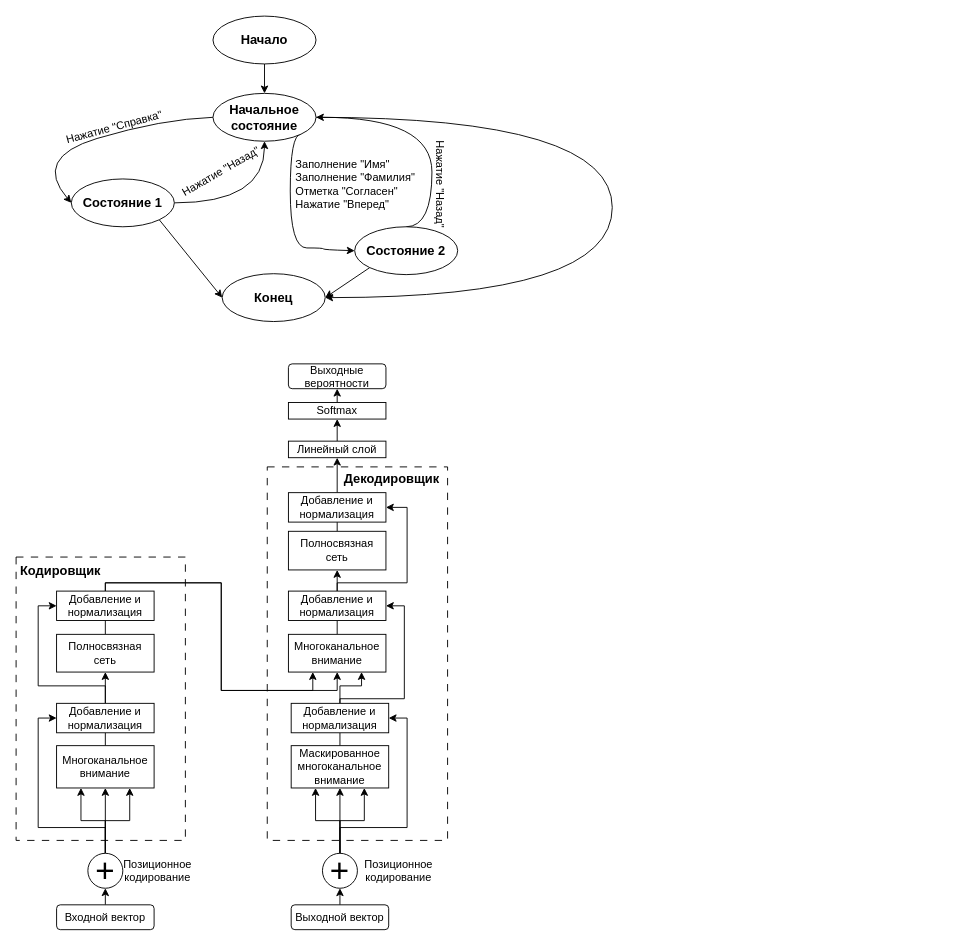
Earlier version of the draw.io diagram page "Page-1" (1 of 4) of Диаграмма без названия.drawio (Djuckman/Compilers2). Source tidied: cells renumbered, new cells numbered last; positions are measured from the earlier drawing's top-left corner, leaving out a move shared by most shapes. Both pictures are drawn from the tidied source at 92%, with x=0, y=0 at pixel (16, 16).
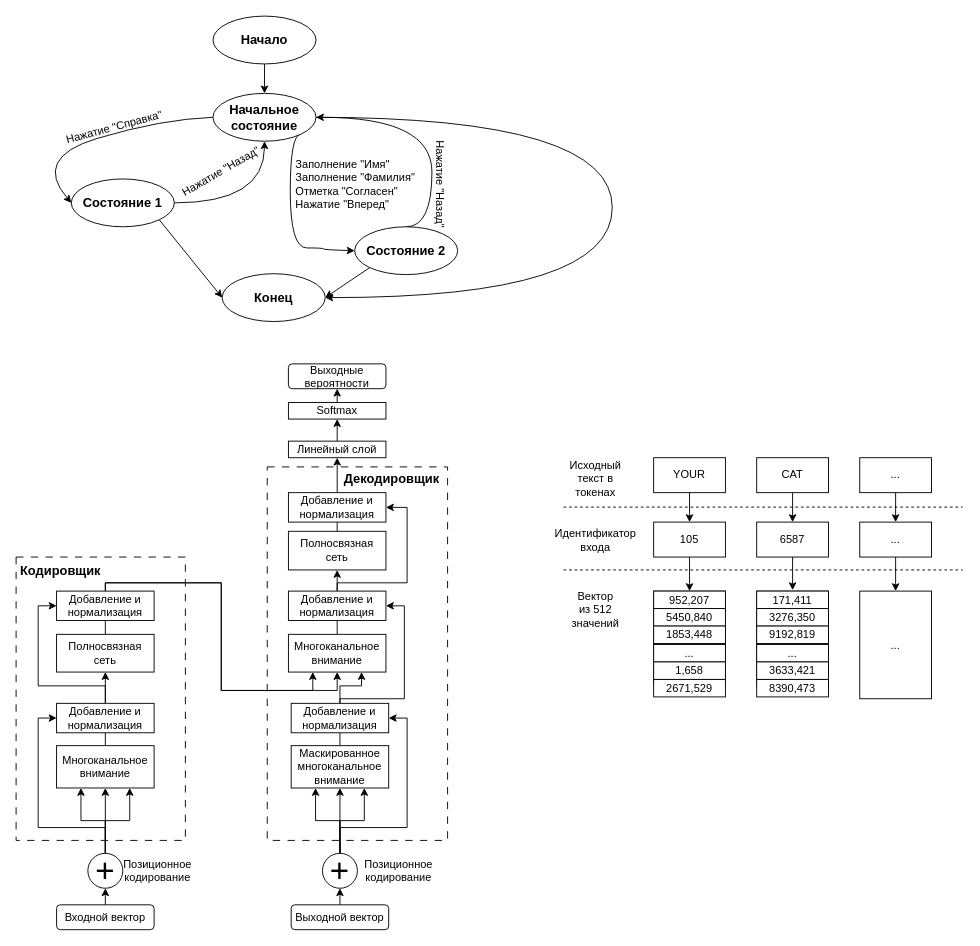
After the change.

What changed in the source:
```diff
@@
+    <mxCell id="68" style="edgeStyle=orthogonalEdgeStyle;rounded=0;jettySize=auto;html=1;exitX=0.5;exitY=1;exitDx=0;exitDy=0;entryX=0.5;entryY=0;entryDx=0;entryDy=0;" parent="1" edge="1" source="69" target="73">
+      <mxGeometry relative="1" as="geometry" />
+    </mxCell>
+    <mxCell id="69" value="YOUR" style="rounded=0;whiteSpace=wrap;html=1;" parent="1" vertex="1">
+      <mxGeometry x="693" y="480" width="78" height="38" as="geometry" />
+    </mxCell>
+    <mxCell id="70" style="edgeStyle=orthogonalEdgeStyle;rounded=0;jettySize=auto;html=1;exitX=0.5;exitY=1;exitDx=0;exitDy=0;entryX=0.5;entryY=0;entryDx=0;entryDy=0;" parent="1" edge="1" source="71" target="75">
+      <mxGeometry relative="1" as="geometry" />
+    </mxCell>
+    <mxCell id="71" value="CAT" style="rounded=0;whiteSpace=wrap;html=1;" parent="1" vertex="1">
+      <mxGeometry x="805" y="480" width="78" height="38" as="geometry" />
+    </mxCell>
+    <mxCell id="72" style="edgeStyle=orthogonalEdgeStyle;rounded=0;jettySize=auto;html=1;exitX=0.5;exitY=1;exitDx=0;exitDy=0;entryX=0.5;entryY=0;entryDx=0;entryDy=0;" parent="1" edge="1" source="73" target="82">
+      <mxGeometry relative="1" as="geometry" />
+    </mxCell>
+    <mxCell id="73" value="105" style="rounded=0;whiteSpace=wrap;html=1;" parent="1" vertex="1">
+      <mxGeometry x="693" y="550" width="78" height="38" as="geometry" />
+    </mxCell>
+    <mxCell id="74" style="edgeStyle=orthogonalEdgeStyle;rounded=0;jettySize=auto;html=1;exitX=0.5;exitY=1;exitDx=0;exitDy=0;entryX=0.5;entryY=0;entryDx=0;entryDy=0;" parent="1" edge="1" source="75">
+      <mxGeometry relative="1" as="geometry">
+        <mxPoint x="844" y="624" as="targetPoint" />
+      </mxGeometry>
+    </mxCell>
+    <mxCell id="75" value="6587" style="rounded=0;whiteSpace=wrap;html=1;" parent="1" vertex="1">
+      <mxGeometry x="805" y="550" width="78" height="38" as="geometry" />
+    </mxCell>
+    <mxCell id="76" style="edgeStyle=orthogonalEdgeStyle;rounded=0;jettySize=auto;html=1;exitX=0.5;exitY=1;exitDx=0;exitDy=0;entryX=0.5;entryY=0;entryDx=0;entryDy=0;" parent="1" edge="1" source="77" target="79">
+      <mxGeometry relative="1" as="geometry" />
+    </mxCell>
+    <mxCell id="77" value="..." style="rounded=0;whiteSpace=wrap;html=1;" parent="1" vertex="1">
+      <mxGeometry x="917" y="480" width="78" height="38" as="geometry" />
+    </mxCell>
+    <mxCell id="78" style="edgeStyle=orthogonalEdgeStyle;rounded=0;jettySize=auto;html=1;exitX=0.5;exitY=1;exitDx=0;exitDy=0;entryX=0.5;entryY=0;entryDx=0;entryDy=0;" parent="1" edge="1" source="79" target="80">
+      <mxGeometry relative="1" as="geometry" />
+    </mxCell>
+    <mxCell id="79" value="..." style="rounded=0;whiteSpace=wrap;html=1;" parent="1" vertex="1">
+      <mxGeometry x="917" y="550" width="78" height="38" as="geometry" />
+    </mxCell>
+    <mxCell id="80" value="..." style="rounded=0;whiteSpace=wrap;html=1;" parent="1" vertex="1">
+      <mxGeometry x="917" y="625" width="78" height="117" as="geometry" />
+    </mxCell>
+    <mxCell id="81" style="rounded=0;whiteSpace=wrap;html=1;" parent="1" vertex="1">
+      <mxGeometry x="693" y="625" width="78" height="103" as="geometry" />
+    </mxCell>
+    <mxCell id="82" value="952,207" style="rounded=0;whiteSpace=wrap;html=1;" parent="1" vertex="1">
+      <mxGeometry x="693" y="625" width="78" height="19" as="geometry" />
+    </mxCell>
+    <mxCell id="83" value="5450,840" style="rounded=0;whiteSpace=wrap;html=1;" parent="1" vertex="1">
+      <mxGeometry x="693" y="644" width="78" height="19" as="geometry" />
+    </mxCell>
+    <mxCell id="84" value="1853,448" style="rounded=0;whiteSpace=wrap;html=1;" parent="1" vertex="1">
+      <mxGeometry x="693" y="663" width="78" height="19" as="geometry" />
+    </mxCell>
+    <mxCell id="85" value="..." style="rounded=0;whiteSpace=wrap;html=1;" parent="1" vertex="1">
+      <mxGeometry x="693" y="683" width="78" height="19" as="geometry" />
+    </mxCell>
+    <mxCell id="86" value="1,658" style="rounded=0;whiteSpace=wrap;html=1;" parent="1" vertex="1">
+      <mxGeometry x="693" y="702" width="78" height="19" as="geometry" />
+    </mxCell>
+    <mxCell id="87" value="2671,529" style="rounded=0;whiteSpace=wrap;html=1;" parent="1" vertex="1">
+      <mxGeometry x="693" y="721" width="78" height="19" as="geometry" />
+    </mxCell>
+    <mxCell id="88" value="Вектор из 512 значений" style="text;html=1;align=center;verticalAlign=middle;whiteSpace=wrap;rounded=0;" parent="1" vertex="1">
+      <mxGeometry x="602" y="625" width="56" height="39" as="geometry" />
+    </mxCell>
+    <mxCell id="89" value="Идентификатор входа" style="text;html=1;align=center;verticalAlign=middle;whiteSpace=wrap;rounded=0;" parent="1" vertex="1">
+      <mxGeometry x="595" y="550" width="70" height="39" as="geometry" />
+    </mxCell>
+    <mxCell id="90" value="Исходный текст в токенах" style="text;html=1;align=center;verticalAlign=middle;whiteSpace=wrap;rounded=0;" parent="1" vertex="1">
+      <mxGeometry x="595" y="483.5" width="70" height="39" as="geometry" />
+    </mxCell>
+    <mxCell id="91" style="edgeStyle=orthogonalEdgeStyle;rounded=0;orthogonalLoop=1;jettySize=auto;html=1;exitX=0.5;exitY=1;exitDx=0;exitDy=0;" parent="1" edge="1" source="81" target="81">
+      <mxGeometry relative="1" as="geometry" />
+    </mxCell>
+    <mxCell id="92" style="rounded=0;whiteSpace=wrap;html=1;" parent="1" vertex="1">
+      <mxGeometry x="805" y="625" width="78" height="103" as="geometry" />
+    </mxCell>
+    <mxCell id="93" value="171,411" style="rounded=0;whiteSpace=wrap;html=1;" parent="1" vertex="1">
+      <mxGeometry x="805" y="625" width="78" height="19" as="geometry" />
+    </mxCell>
+    <mxCell id="94" value="3276,350" style="rounded=0;whiteSpace=wrap;html=1;" parent="1" vertex="1">
+      <mxGeometry x="805" y="644" width="78" height="19" as="geometry" />
+    </mxCell>
+    <mxCell id="95" value="9192,819" style="rounded=0;whiteSpace=wrap;html=1;" parent="1" vertex="1">
+      <mxGeometry x="805" y="663" width="78" height="19" as="geometry" />
+    </mxCell>
+    <mxCell id="96" value="..." style="rounded=0;whiteSpace=wrap;html=1;" parent="1" vertex="1">
+      <mxGeometry x="805" y="683" width="78" height="19" as="geometry" />
+    </mxCell>
+    <mxCell id="97" value="3633,421" style="rounded=0;whiteSpace=wrap;html=1;" parent="1" vertex="1">
+      <mxGeometry x="805" y="702" width="78" height="19" as="geometry" />
+    </mxCell>
+    <mxCell id="98" value="8390,473" style="rounded=0;whiteSpace=wrap;html=1;" parent="1" vertex="1">
+      <mxGeometry x="805" y="721" width="78" height="19" as="geometry" />
+    </mxCell>
+    <mxCell id="99" style="edgeStyle=orthogonalEdgeStyle;rounded=0;orthogonalLoop=1;jettySize=auto;html=1;exitX=0.5;exitY=1;exitDx=0;exitDy=0;" parent="1" edge="1" source="92" target="92">
+      <mxGeometry relative="1" as="geometry" />
+    </mxCell>
+    <mxCell id="100" style="endArrow=none;html=1;rounded=0;dashed=1;" parent="1" edge="1">
+      <mxGeometry relative="1" as="geometry">
+        <mxPoint x="595" y="602" as="sourcePoint" />
+        <mxPoint x="1029" y="602" as="targetPoint" />
+      </mxGeometry>
+    </mxCell>
+    <mxCell id="101" style="endArrow=none;html=1;rounded=0;dashed=1;" parent="1" edge="1">
+      <mxGeometry relative="1" as="geometry">
+        <mxPoint x="595" y="533.7" as="sourcePoint" />
+        <mxPoint x="1029" y="533.7" as="targetPoint" />
+      </mxGeometry>
+    </mxCell>
```
